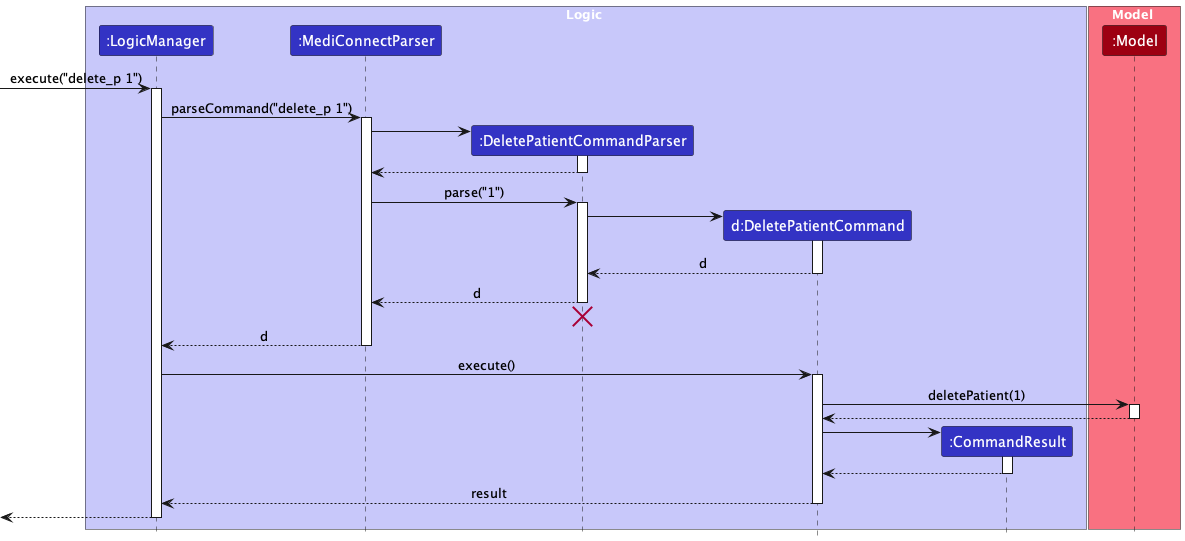
Above: docs/images/DeletePatientSequenceDiagram.png in yanghengtang/tp (PlantUML), before the change. Source of this version:
```plantuml
@startuml
!include ../style.puml
skinparam ArrowFontStyle plain

box Logic LOGIC_COLOR_T1
participant ":LogicManager" as LogicManager LOGIC_COLOR
participant ":MediConnectParser" as MediConnectParser LOGIC_COLOR
participant ":DeletePatientCommandParser" as DeletePatientCommandParser LOGIC_COLOR
participant "d:DeletePatientCommand" as DeletePatientCommand LOGIC_COLOR
participant ":CommandResult" as CommandResult LOGIC_COLOR
end box

box Model MODEL_COLOR_T1
participant ":Model" as Model MODEL_COLOR
end box

[-> LogicManager : execute("delete_p 1")
activate LogicManager

LogicManager -> MediConnectParser : parseCommand("delete_p 1")
activate MediConnectParser

create DeletePatientCommandParser
MediConnectParser -> DeletePatientCommandParser
activate DeletePatientCommandParser

DeletePatientCommandParser --> MediConnectParser
deactivate DeletePatientCommandParser

MediConnectParser -> DeletePatientCommandParser : parse("1")
activate DeletePatientCommandParser

create DeletePatientCommand
DeletePatientCommandParser -> DeletePatientCommand
activate DeletePatientCommand

DeletePatientCommand --> DeletePatientCommandParser : d
deactivate DeletePatientCommand

DeletePatientCommandParser--> MediConnectParser : d
deactivate DeletePatientCommandParser
DeletePatientCommandParser -[hidden]-> MediConnectParser
destroy DeletePatientCommandParser

MediConnectParser --> LogicManager : d
deactivate MediConnectParser

LogicManager -> DeletePatientCommand : execute()
activate DeletePatientCommand

DeletePatientCommand -> Model : deletePatient(1)
activate Model

Model --> DeletePatientCommand
deactivate Model

create CommandResult
DeletePatientCommand -> CommandResult
activate CommandResult

CommandResult --> DeletePatientCommand
deactivate CommandResult

DeletePatientCommand --> LogicManager : result
deactivate DeletePatientCommand

[<--LogicManager
deactivate LogicManager
@enduml
```
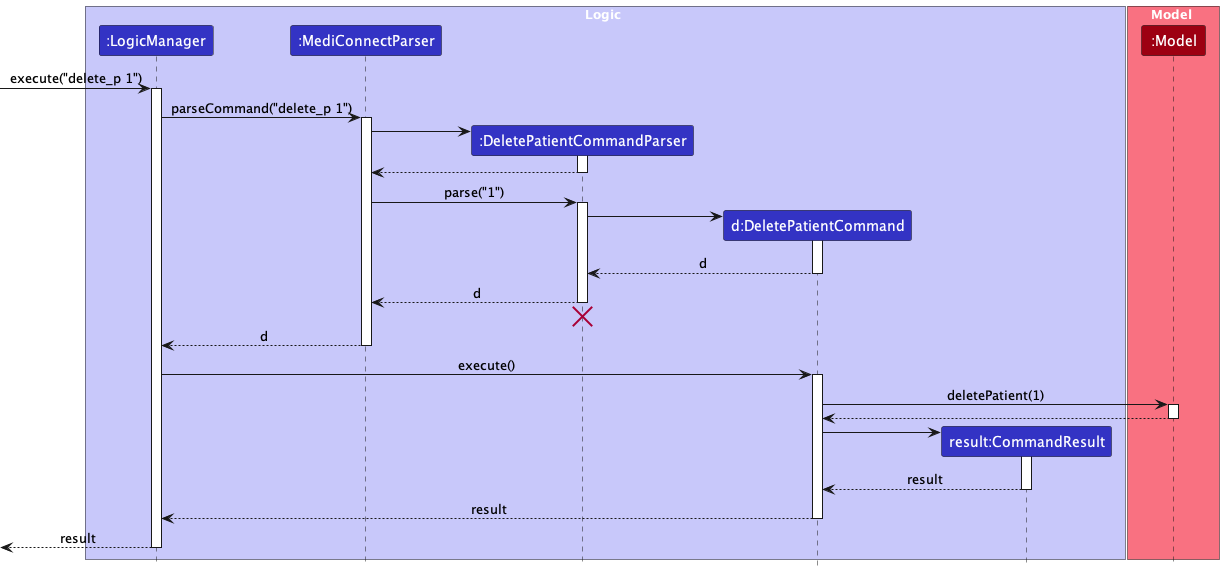
The same diagram one commit later.

Commit message:
Update Add/delete sequence diagrams in dg

What changed in the source:
```diff
@@ -7,7 +7,7 @@
 participant ":MediConnectParser" as MediConnectParser LOGIC_COLOR
 participant ":DeletePatientCommandParser" as DeletePatientCommandParser LOGIC_COLOR
 participant "d:DeletePatientCommand" as DeletePatientCommand LOGIC_COLOR
-participant ":CommandResult" as CommandResult LOGIC_COLOR
+participant "result:CommandResult" as CommandResult LOGIC_COLOR
 end box
 
 box Model MODEL_COLOR_T1
@@ -58,12 +58,12 @@
 DeletePatientCommand -> CommandResult
 activate CommandResult
 
-CommandResult --> DeletePatientCommand
+CommandResult --> DeletePatientCommand : result
 deactivate CommandResult
 
 DeletePatientCommand --> LogicManager : result
 deactivate DeletePatientCommand
 
-[<--LogicManager
+[<--LogicManager : result
 deactivate LogicManager
 @enduml
```
